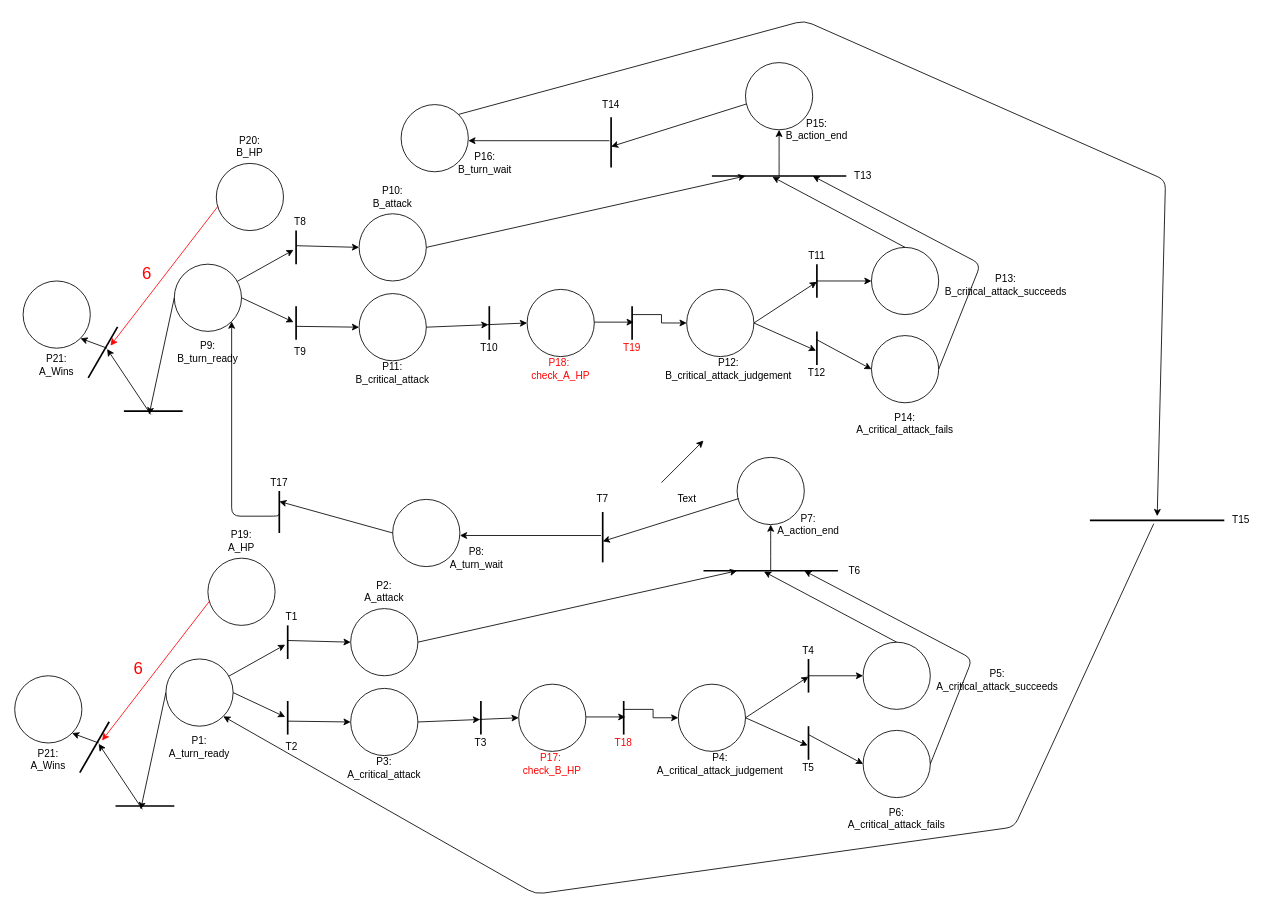
The draw.io diagram Untitled Diagram.drawio in briansodenkin/gdg-git, before the edit. Source tidied: cells renumbered, new cells numbered last; positions are measured from the earlier drawing's top-left corner, leaving out a move shared by most shapes. Both pictures are drawn from the tidied source at 84%, with x=0, y=0 at pixel (14, 20).
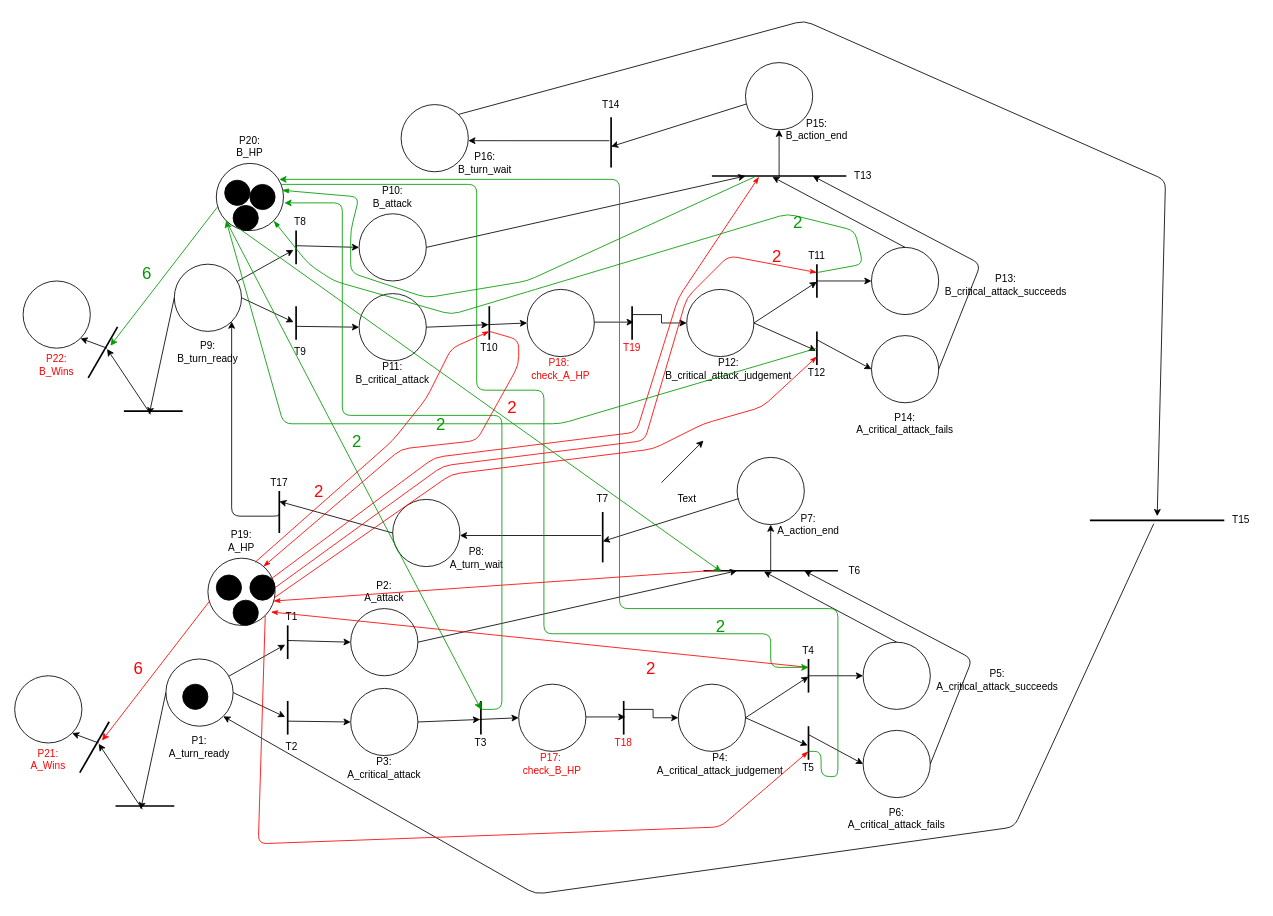
The same page after the edit.

Unchanged cells that the change refers to:
```xml
<mxCell id="13" style="ellipse;whiteSpace=wrap;html=1;" parent="1" vertex="1">
  <mxGeometry x="230" y="640" width="80" height="80" as="geometry" />
</mxCell>
<mxCell id="27" style="line;strokeWidth=2;direction=south;html=1;" parent="1" vertex="1">
  <mxGeometry x="550" y="810" width="10" height="40" as="geometry" />
</mxCell>
<mxCell id="43" style="line;strokeWidth=2;direction=south;html=1;" parent="1" vertex="1">
  <mxGeometry x="940" y="760" width="10" height="40" as="geometry" />
</mxCell>
<mxCell id="44" style="line;strokeWidth=2;direction=south;html=1;" parent="1" vertex="1">
  <mxGeometry x="940" y="840" width="10" height="40" as="geometry" />
</mxCell>
<mxCell id="54" style="line;strokeWidth=2;html=1;" parent="1" vertex="1">
  <mxGeometry x="820" y="650" width="160" height="10" as="geometry" />
</mxCell>
<mxCell id="73" style="line;strokeWidth=2;direction=south;html=1;rotation=30;" parent="1" vertex="1">
  <mxGeometry x="100" y="360" width="10" height="70" as="geometry" />
</mxCell>
<mxCell id="76" style="ellipse;whiteSpace=wrap;html=1;" parent="1" vertex="1">
  <mxGeometry x="240" y="170" width="80" height="80" as="geometry" />
</mxCell>
<mxCell id="90" style="line;strokeWidth=2;direction=south;html=1;" parent="1" vertex="1">
  <mxGeometry x="560" y="340" width="10" height="40" as="geometry" />
</mxCell>
<mxCell id="106" style="line;strokeWidth=2;direction=south;html=1;" parent="1" vertex="1">
  <mxGeometry x="950" y="290" width="10" height="40" as="geometry" />
</mxCell>
<mxCell id="107" style="line;strokeWidth=2;direction=south;html=1;" parent="1" vertex="1">
  <mxGeometry x="950" y="370" width="10" height="40" as="geometry" />
</mxCell>
<mxCell id="117" style="line;strokeWidth=2;html=1;" parent="1" vertex="1">
  <mxGeometry x="830" y="180" width="160" height="10" as="geometry" />
</mxCell>
```

What changed in the source:
```diff
@@
-    <mxCell id="19" value="P21: A_Wins" style="text;html=1;strokeColor=none;fillColor=none;align=center;verticalAlign=middle;whiteSpace=wrap;rounded=0;" parent="1" vertex="1">
+    <mxCell id="19" value="&lt;font color=&quot;#ff0000&quot;&gt;P21: A_Wins&lt;/font&gt;" style="text;html=1;strokeColor=none;fillColor=none;align=center;verticalAlign=middle;whiteSpace=wrap;rounded=0;" parent="1" vertex="1">
       <mxGeometry x="20" y="870" width="40" height="20" as="geometry" />
     </mxCell>
@@
-    <mxCell id="79" style="endArrow=classic;html=1;entryX=0.337;entryY=0.121;entryDx=0;entryDy=0;entryPerimeter=0;exitX=0.025;exitY=0.638;exitDx=0;exitDy=0;exitPerimeter=0;fillColor=#f8cecc;strokeColor=#FF0000;" parent="1" edge="1" source="76" target="73">
+    <mxCell id="79" style="endArrow=classic;html=1;entryX=0.337;entryY=0.121;entryDx=0;entryDy=0;entryPerimeter=0;exitX=0.025;exitY=0.638;exitDx=0;exitDy=0;exitPerimeter=0;fillColor=#f8cecc;strokeColor=#009900;" parent="1" edge="1" source="76" target="73">
       <mxGeometry relative="1" as="geometry" />
     </mxCell>
@@
-    <mxCell id="82" value="P21: A_Wins" style="text;html=1;strokeColor=none;fillColor=none;align=center;verticalAlign=middle;whiteSpace=wrap;rounded=0;" parent="1" vertex="1">
+    <mxCell id="82" value="&lt;font color=&quot;#ff0000&quot;&gt;P22: B_Wins&lt;/font&gt;" style="text;html=1;strokeColor=none;fillColor=none;align=center;verticalAlign=middle;whiteSpace=wrap;rounded=0;" parent="1" vertex="1">
       <mxGeometry x="30" y="400" width="40" height="20" as="geometry" />
     </mxCell>
-    <mxCell id="83" value="&lt;font&gt;&lt;font style=&quot;font-size: 20px&quot; color=&quot;#ff0000&quot;&gt;6&lt;/font&gt;&lt;br&gt;&lt;/font&gt;" style="text;html=1;strokeColor=none;fillColor=none;align=center;verticalAlign=middle;whiteSpace=wrap;rounded=0;" parent="1" vertex="1">
+    <mxCell id="83" value="&lt;font&gt;&lt;font style=&quot;font-size: 20px&quot; color=&quot;#009900&quot;&gt;6&lt;/font&gt;&lt;br&gt;&lt;/font&gt;" style="text;html=1;strokeColor=none;fillColor=none;align=center;verticalAlign=middle;whiteSpace=wrap;rounded=0;" parent="1" vertex="1">
       <mxGeometry x="115" y="280" width="85" height="40" as="geometry" />
     </mxCell>
@@
+    <mxCell id="138" style="ellipse;whiteSpace=wrap;html=1;fillColor=#000000;" parent="1" vertex="1">
+      <mxGeometry x="200" y="790" width="30" height="30" as="geometry" />
+    </mxCell>
+    <mxCell id="139" style="ellipse;whiteSpace=wrap;html=1;fillColor=#000000;" parent="1" vertex="1">
+      <mxGeometry x="280" y="660" width="30" height="30" as="geometry" />
+    </mxCell>
+    <mxCell id="140" style="ellipse;whiteSpace=wrap;html=1;fillColor=#000000;" parent="1" vertex="1">
+      <mxGeometry x="240" y="660" width="30" height="30" as="geometry" />
+    </mxCell>
+    <mxCell id="141" style="ellipse;whiteSpace=wrap;html=1;fillColor=#000000;" parent="1" vertex="1">
+      <mxGeometry x="260" y="690" width="30" height="30" as="geometry" />
+    </mxCell>
+    <mxCell id="142" style="ellipse;whiteSpace=wrap;html=1;fillColor=#000000;" parent="1" vertex="1">
+      <mxGeometry x="250" y="190" width="30" height="30" as="geometry" />
+    </mxCell>
+    <mxCell id="143" style="ellipse;whiteSpace=wrap;html=1;fillColor=#000000;" parent="1" vertex="1">
+      <mxGeometry x="280" y="195" width="30" height="30" as="geometry" />
+    </mxCell>
+    <mxCell id="144" style="ellipse;whiteSpace=wrap;html=1;fillColor=#000000;" parent="1" vertex="1">
+      <mxGeometry x="260" y="220" width="30" height="30" as="geometry" />
+    </mxCell>
+    <mxCell id="145" style="edgeStyle=orthogonalEdgeStyle;rounded=0;orthogonalLoop=1;jettySize=auto;html=1;exitX=0;exitY=0.5;exitDx=0;exitDy=0;entryX=0.5;entryY=0;entryDx=0;entryDy=0;strokeColor=#000000;" parent="1" edge="1" source="143" target="143">
+      <mxGeometry relative="1" as="geometry" />
+    </mxCell>
+    <mxCell id="146" style="endArrow=none;html=1;entryX=0.131;entryY=0.4;entryDx=0;entryDy=0;entryPerimeter=0;exitX=0.975;exitY=0.638;exitDx=0;exitDy=0;exitPerimeter=0;fillColor=#f8cecc;strokeColor=#FF0000;startArrow=classicThin;startFill=1;endFill=0;" parent="1" edge="1" source="13" target="54">
+      <mxGeometry relative="1" as="geometry" />
+    </mxCell>
+    <mxCell id="147" style="endArrow=classic;html=1;entryX=0.131;entryY=0.6;entryDx=0;entryDy=0;entryPerimeter=0;exitX=0;exitY=1;exitDx=0;exitDy=0;fillColor=#f8cecc;strokeColor=#009900;" parent="1" edge="1" source="144" target="54">
+      <mxGeometry relative="1" as="geometry" />
+    </mxCell>
+    <mxCell id="148" style="endArrow=none;html=1;entryX=0.25;entryY=0.5;entryDx=0;entryDy=0;entryPerimeter=0;exitX=0.938;exitY=0.8;exitDx=0;exitDy=0;fillColor=#f8cecc;strokeColor=#FF0000;startArrow=classicThin;startFill=1;endFill=0;exitPerimeter=0;" parent="1" edge="1" source="13" target="43">
+      <mxGeometry relative="1" as="geometry" />
+    </mxCell>
+    <mxCell id="149" style="endArrow=classic;html=1;exitX=0;exitY=1;exitDx=0;exitDy=0;fillColor=#f8cecc;strokeColor=#009900;entryX=0.25;entryY=0.5;entryDx=0;entryDy=0;entryPerimeter=0;" parent="1" edge="1" source="76" target="27">
+      <mxGeometry relative="1" as="geometry" />
+    </mxCell>
+    <mxCell id="150" value="&lt;font&gt;&lt;font color=&quot;#009900&quot;&gt;&lt;span style=&quot;font-size: 20px&quot;&gt;2&lt;/span&gt;&lt;/font&gt;&lt;br&gt;&lt;/font&gt;" style="text;html=1;strokeColor=none;fillColor=none;align=center;verticalAlign=middle;whiteSpace=wrap;rounded=0;" parent="1" vertex="1">
+      <mxGeometry x="365" y="480" width="85" height="40" as="geometry" />
+    </mxCell>
+    <mxCell id="151" style="edgeStyle=segmentEdgeStyle;endArrow=classic;html=1;strokeColor=#009900;exitX=0.25;exitY=0.5;exitDx=0;exitDy=0;exitPerimeter=0;entryX=1.013;entryY=0.588;entryDx=0;entryDy=0;entryPerimeter=0;" parent="1" edge="1" source="27" target="76">
+      <mxGeometry relative="1" as="geometry">
+        <Array as="points">
+          <mxPoint x="580" y="820" />
+          <mxPoint x="580" y="470" />
+          <mxPoint x="390" y="470" />
+          <mxPoint x="390" y="217" />
+        </Array>
+      </mxGeometry>
+    </mxCell>
+    <mxCell id="152" value="&lt;font&gt;&lt;font color=&quot;#009900&quot;&gt;&lt;span style=&quot;font-size: 20px&quot;&gt;2&lt;/span&gt;&lt;/font&gt;&lt;br&gt;&lt;/font&gt;" style="text;html=1;strokeColor=none;fillColor=none;align=center;verticalAlign=middle;whiteSpace=wrap;rounded=0;" parent="1" vertex="1">
+      <mxGeometry x="465" y="460" width="85" height="40" as="geometry" />
+    </mxCell>
+    <mxCell id="153" style="edgeStyle=segmentEdgeStyle;endArrow=none;html=1;strokeColor=#009900;exitX=0.25;exitY=0.5;exitDx=0;exitDy=0;exitPerimeter=0;startArrow=classic;startFill=1;endFill=0;" parent="1" edge="1" source="43" target="76">
+      <mxGeometry relative="1" as="geometry">
+        <Array as="points">
+          <mxPoint x="900" y="770" />
+          <mxPoint x="900" y="730" />
+          <mxPoint x="630" y="730" />
+          <mxPoint x="630" y="440" />
+          <mxPoint x="550" y="440" />
+          <mxPoint x="550" y="195" />
+        </Array>
+      </mxGeometry>
+    </mxCell>
+    <mxCell id="154" value="&lt;font&gt;&lt;font color=&quot;#009900&quot;&gt;&lt;span style=&quot;font-size: 20px&quot;&gt;2&lt;/span&gt;&lt;/font&gt;&lt;br&gt;&lt;/font&gt;" style="text;html=1;strokeColor=none;fillColor=none;align=center;verticalAlign=middle;whiteSpace=wrap;rounded=0;" parent="1" vertex="1">
+      <mxGeometry x="797.5" y="700" width="85" height="40" as="geometry" />
+    </mxCell>
+    <mxCell id="155" style="endArrow=blockThin;html=1;entryX=0.75;entryY=0.5;entryDx=0;entryDy=0;entryPerimeter=0;exitX=1;exitY=1;exitDx=0;exitDy=0;fillColor=#f8cecc;strokeColor=#FF0000;startArrow=none;startFill=0;endFill=1;" parent="1" edge="1" source="13" target="44">
+      <mxGeometry relative="1" as="geometry">
+        <Array as="points">
+          <mxPoint x="290" y="980" />
+          <mxPoint x="840" y="960" />
+        </Array>
+      </mxGeometry>
+    </mxCell>
+    <mxCell id="156" style="edgeStyle=segmentEdgeStyle;endArrow=classic;html=1;strokeColor=#009900;startArrow=none;startFill=0;endFill=1;entryX=0.938;entryY=0.238;entryDx=0;entryDy=0;entryPerimeter=0;exitX=0.75;exitY=0.5;exitDx=0;exitDy=0;exitPerimeter=0;" parent="1" edge="1" source="44" target="76">
+      <mxGeometry relative="1" as="geometry">
+        <Array as="points">
+          <mxPoint x="960" y="870" />
+          <mxPoint x="960" y="900" />
+          <mxPoint x="980" y="900" />
+          <mxPoint x="980" y="700" />
+          <mxPoint x="720" y="700" />
+          <mxPoint x="720" y="189" />
+        </Array>
+      </mxGeometry>
+    </mxCell>
+    <mxCell id="157" style="endArrow=blockThin;html=1;fillColor=#f8cecc;startArrow=none;startFill=0;endFill=1;exitX=0.319;exitY=0.6;exitDx=0;exitDy=0;exitPerimeter=0;strokeColor=#009900;entryX=0.975;entryY=0.4;entryDx=0;entryDy=0;entryPerimeter=0;" parent="1" edge="1" source="117" target="76">
+      <mxGeometry relative="1" as="geometry">
+        <Array as="points">
+          <mxPoint x="610" y="310" />
+          <mxPoint x="490" y="330" />
+          <mxPoint x="400" y="300" />
+          <mxPoint x="400" y="250" />
+          <mxPoint x="410" y="210" />
+        </Array>
+      </mxGeometry>
+    </mxCell>
+    <mxCell id="158" style="endArrow=none;html=1;entryX=1;entryY=0;entryDx=0;entryDy=0;fillColor=#f8cecc;strokeColor=#FF0000;startArrow=classicThin;startFill=1;endFill=0;exitX=0.35;exitY=0.6;exitDx=0;exitDy=0;exitPerimeter=0;" parent="1" edge="1" source="117" target="139">
+      <mxGeometry relative="1" as="geometry">
+        <Array as="points">
+          <mxPoint x="790" y="330" />
+          <mxPoint x="740" y="490" />
+          <mxPoint x="500" y="520" />
+        </Array>
+      </mxGeometry>
+    </mxCell>
+    <mxCell id="159" style="endArrow=none;html=1;fillColor=#f8cecc;strokeColor=#FF0000;startArrow=classicThin;startFill=1;endFill=0;entryX=0.7;entryY=0.063;entryDx=0;entryDy=0;entryPerimeter=0;" parent="1" edge="1" target="13">
+      <mxGeometry relative="1" as="geometry">
+        <mxPoint x="565" y="370" as="sourcePoint" />
+        <Array as="points">
+          <mxPoint x="520" y="390" />
+          <mxPoint x="490" y="450" />
+          <mxPoint x="450" y="500" />
+        </Array>
+      </mxGeometry>
+    </mxCell>
+    <mxCell id="160" value="&lt;font&gt;&lt;span style=&quot;font-size: 20px&quot;&gt;&lt;font color=&quot;#ff0000&quot;&gt;2&lt;/font&gt;&lt;/span&gt;&lt;br&gt;&lt;/font&gt;" style="text;html=1;strokeColor=none;fillColor=none;align=center;verticalAlign=middle;whiteSpace=wrap;rounded=0;" parent="1" vertex="1">
+      <mxGeometry x="320" y="540" width="85" height="40" as="geometry" />
+    </mxCell>
+    <mxCell id="161" style="endArrow=classicThin;html=1;fillColor=#f8cecc;strokeColor=#FF0000;startArrow=none;startFill=0;endFill=1;exitX=0.75;exitY=0.5;exitDx=0;exitDy=0;exitPerimeter=0;" parent="1" edge="1" source="90">
+      <mxGeometry relative="1" as="geometry">
+        <mxPoint x="296" y="650" as="targetPoint" />
+        <Array as="points">
+          <mxPoint x="600" y="380" />
+          <mxPoint x="600" y="410" />
+          <mxPoint x="550" y="500" />
+          <mxPoint x="460" y="510" />
+        </Array>
+      </mxGeometry>
+    </mxCell>
+    <mxCell id="162" value="&lt;font&gt;&lt;span style=&quot;font-size: 20px&quot;&gt;&lt;font color=&quot;#ff0000&quot;&gt;2&lt;/font&gt;&lt;/span&gt;&lt;br&gt;&lt;/font&gt;" style="text;html=1;strokeColor=none;fillColor=none;align=center;verticalAlign=middle;whiteSpace=wrap;rounded=0;" parent="1" vertex="1">
+      <mxGeometry x="550" y="440" width="85" height="40" as="geometry" />
+    </mxCell>
+    <mxCell id="163" style="endArrow=none;html=1;entryX=1;entryY=0.5;entryDx=0;entryDy=0;fillColor=#f8cecc;strokeColor=#FF0000;startArrow=classicThin;startFill=1;endFill=0;exitX=0.25;exitY=0.5;exitDx=0;exitDy=0;exitPerimeter=0;" parent="1" edge="1" source="106" target="139">
+      <mxGeometry relative="1" as="geometry">
+        <Array as="points">
+          <mxPoint x="850" y="280" />
+          <mxPoint x="800" y="330" />
+          <mxPoint x="750" y="500" />
+          <mxPoint x="510" y="530" />
+        </Array>
+      </mxGeometry>
+    </mxCell>
+    <mxCell id="164" value="&lt;font&gt;&lt;span style=&quot;font-size: 20px&quot;&gt;&lt;font color=&quot;#ff0000&quot;&gt;2&lt;/font&gt;&lt;/span&gt;&lt;br&gt;&lt;/font&gt;" style="text;html=1;strokeColor=none;fillColor=none;align=center;verticalAlign=middle;whiteSpace=wrap;rounded=0;" parent="1" vertex="1">
+      <mxGeometry x="865" y="260" width="85" height="40" as="geometry" />
+    </mxCell>
+    <mxCell id="165" value="&lt;font&gt;&lt;span style=&quot;font-size: 20px&quot;&gt;&lt;font color=&quot;#ff0000&quot;&gt;2&lt;/font&gt;&lt;/span&gt;&lt;br&gt;&lt;/font&gt;" style="text;html=1;strokeColor=none;fillColor=none;align=center;verticalAlign=middle;whiteSpace=wrap;rounded=0;" parent="1" vertex="1">
+      <mxGeometry x="715" y="750" width="85" height="40" as="geometry" />
+    </mxCell>
+    <mxCell id="166" style="endArrow=blockThin;html=1;fillColor=#f8cecc;startArrow=none;startFill=0;endFill=1;strokeColor=#009900;entryX=1;entryY=1;entryDx=0;entryDy=0;" parent="1" edge="1" target="76">
+      <mxGeometry relative="1" as="geometry">
+        <mxPoint x="955" y="300" as="sourcePoint" />
+        <Array as="points">
+          <mxPoint x="1010" y="290" />
+          <mxPoint x="1000" y="250" />
+          <mxPoint x="920" y="230" />
+          <mxPoint x="620" y="320" />
+          <mxPoint x="520" y="350" />
+          <mxPoint x="380" y="310" />
+          <mxPoint x="350" y="290" />
+        </Array>
+      </mxGeometry>
+    </mxCell>
+    <mxCell id="167" value="&lt;font&gt;&lt;span style=&quot;font-size: 20px&quot;&gt;&lt;font color=&quot;#009900&quot;&gt;2&lt;/font&gt;&lt;/span&gt;&lt;br&gt;&lt;/font&gt;" style="text;html=1;strokeColor=none;fillColor=none;align=center;verticalAlign=middle;whiteSpace=wrap;rounded=0;" parent="1" vertex="1">
+      <mxGeometry x="890" y="230" width="85" height="20" as="geometry" />
+    </mxCell>
+    <mxCell id="168" style="endArrow=none;html=1;fillColor=#f8cecc;strokeColor=#009900;startArrow=classic;startFill=1;endFill=0;exitX=0;exitY=1;exitDx=0;exitDy=0;" parent="1" edge="1" source="76">
+      <mxGeometry relative="1" as="geometry">
+        <mxPoint x="955" y="390" as="targetPoint" />
+        <Array as="points">
+          <mxPoint x="320" y="480" />
+          <mxPoint x="650" y="480" />
+        </Array>
+      </mxGeometry>
+    </mxCell>
+    <mxCell id="169" style="endArrow=none;html=1;entryX=0.988;entryY=0.588;entryDx=0;entryDy=0;fillColor=#f8cecc;strokeColor=#FF0000;startArrow=classicThin;startFill=1;endFill=0;exitX=0.75;exitY=0.5;exitDx=0;exitDy=0;exitPerimeter=0;entryPerimeter=0;" parent="1" edge="1" source="107" target="13">
+      <mxGeometry relative="1" as="geometry">
+        <Array as="points">
+          <mxPoint x="890" y="460" />
+          <mxPoint x="820" y="480" />
+          <mxPoint x="760" y="510" />
+          <mxPoint x="520" y="540" />
+        </Array>
+      </mxGeometry>
+    </mxCell>
```
